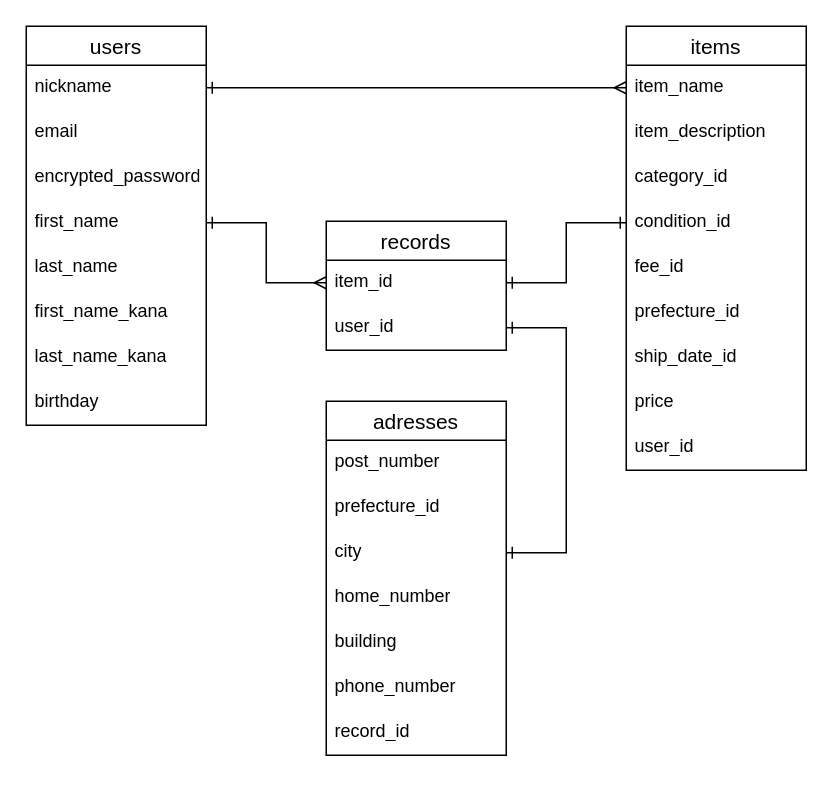
This is er.dio from haru-mq/furima-42193, a draw.io file, before an edit. Source tidied: cells renumbered, new cells numbered last; positions are measured from the earlier drawing's top-left corner, leaving out a move shared by most shapes. Both pictures are drawn from the tidied source at 150%, with x=0, y=0 at pixel (26, 26).
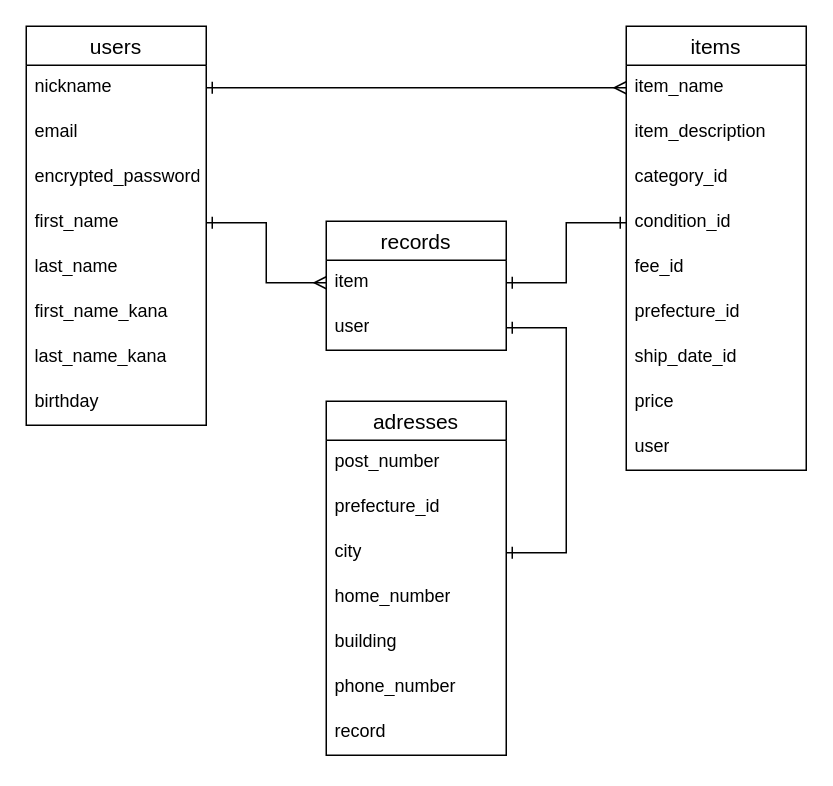
The same diagram, later.

Commit message:
database_design #5

The change refers to these unchanged cells:
```xml
<mxCell id="11" value="items" style="swimlane;fontStyle=0;horizontal=1;startSize=26;align=center;fontSize=14;" parent="1" vertex="1">
  <mxGeometry x="400" width="120" height="296" as="geometry" />
</mxCell>
<mxCell id="21" value="records" style="swimlane;fontStyle=0;horizontal=1;startSize=26;align=center;fontSize=14;" parent="1" vertex="1">
  <mxGeometry x="200" y="130" width="120" height="86" as="geometry" />
</mxCell>
<mxCell id="24" value="adresses" style="swimlane;fontStyle=0;horizontal=1;startSize=26;align=center;fontSize=14;" parent="1" vertex="1">
  <mxGeometry x="200" y="250" width="120" height="236" as="geometry" />
</mxCell>
```

What changed in the source:
```diff
@@
-    <mxCell id="20" value="user_id" style="text;strokeColor=none;fillColor=none;spacingLeft=4;spacingRight=4;overflow=hidden;fontSize=12;whiteSpace=wrap;html=1;" parent="11" vertex="1">
+    <mxCell id="20" value="user" style="text;strokeColor=none;fillColor=none;spacingLeft=4;spacingRight=4;overflow=hidden;fontSize=12;whiteSpace=wrap;html=1;" parent="11" vertex="1">
       <mxGeometry y="266" width="120" height="30" as="geometry" />
     </mxCell>
@@
-    <mxCell id="22" value="item_id" style="text;strokeColor=none;fillColor=none;spacingLeft=4;spacingRight=4;overflow=hidden;points=[[0,0.5],[1,0.5]];portConstraint=eastwest;fontSize=12;whiteSpace=wrap;html=1;" parent="21" vertex="1">
+    <mxCell id="22" value="item" style="text;strokeColor=none;fillColor=none;spacingLeft=4;spacingRight=4;overflow=hidden;points=[[0,0.5],[1,0.5]];portConstraint=eastwest;fontSize=12;whiteSpace=wrap;html=1;" parent="21" vertex="1">
       <mxGeometry y="26" width="120" height="30" as="geometry" />
     </mxCell>
-    <mxCell id="23" value="user_id" style="text;strokeColor=none;fillColor=none;spacingLeft=4;spacingRight=4;overflow=hidden;points=[[0,0.5],[1,0.5]];portConstraint=eastwest;fontSize=12;whiteSpace=wrap;html=1;" parent="21" vertex="1">
+    <mxCell id="23" value="user" style="text;strokeColor=none;fillColor=none;spacingLeft=4;spacingRight=4;overflow=hidden;points=[[0,0.5],[1,0.5]];portConstraint=eastwest;fontSize=12;whiteSpace=wrap;html=1;" parent="21" vertex="1">
       <mxGeometry y="56" width="120" height="30" as="geometry" />
     </mxCell>
@@
-    <mxCell id="31" value="record_id" style="text;strokeColor=none;fillColor=none;spacingLeft=4;spacingRight=4;overflow=hidden;fontSize=12;whiteSpace=wrap;html=1;" parent="24" vertex="1">
+    <mxCell id="31" value="record" style="text;strokeColor=none;fillColor=none;spacingLeft=4;spacingRight=4;overflow=hidden;fontSize=12;whiteSpace=wrap;html=1;" parent="24" vertex="1">
       <mxGeometry y="206" width="120" height="30" as="geometry" />
     </mxCell>
```
